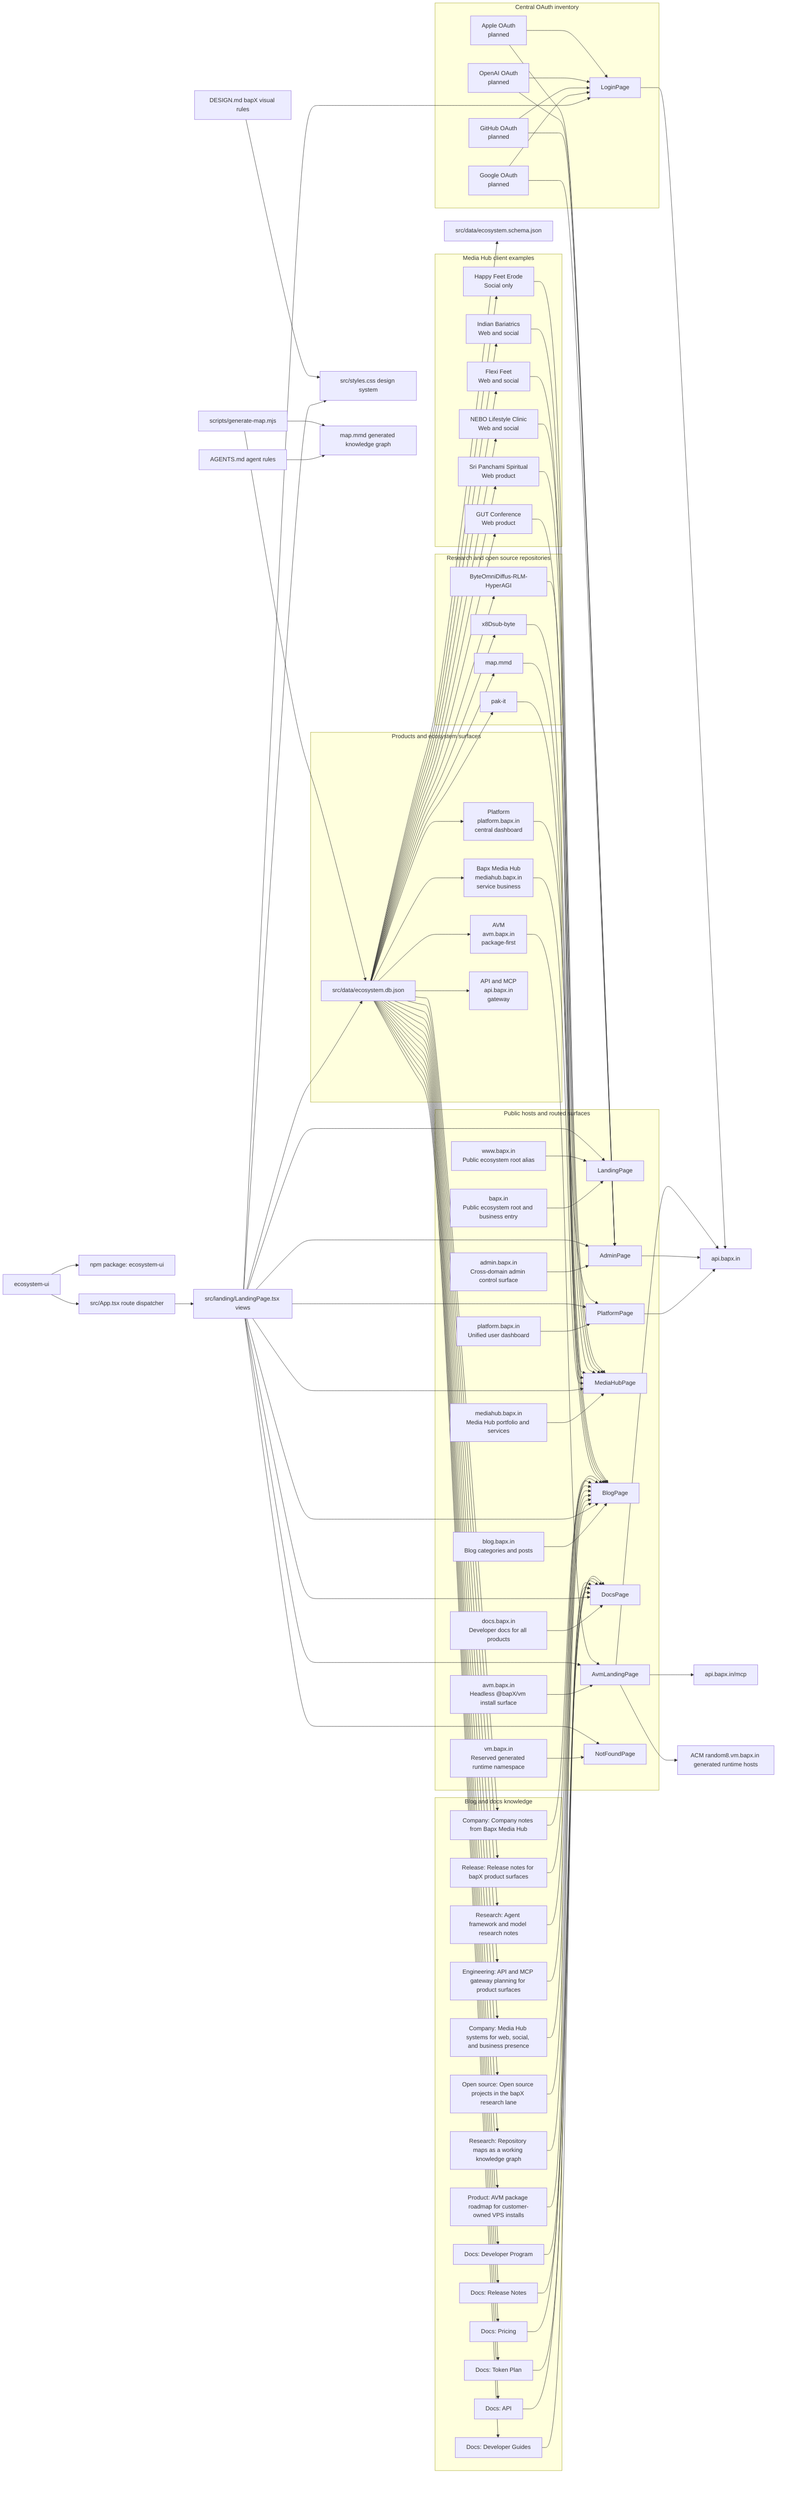
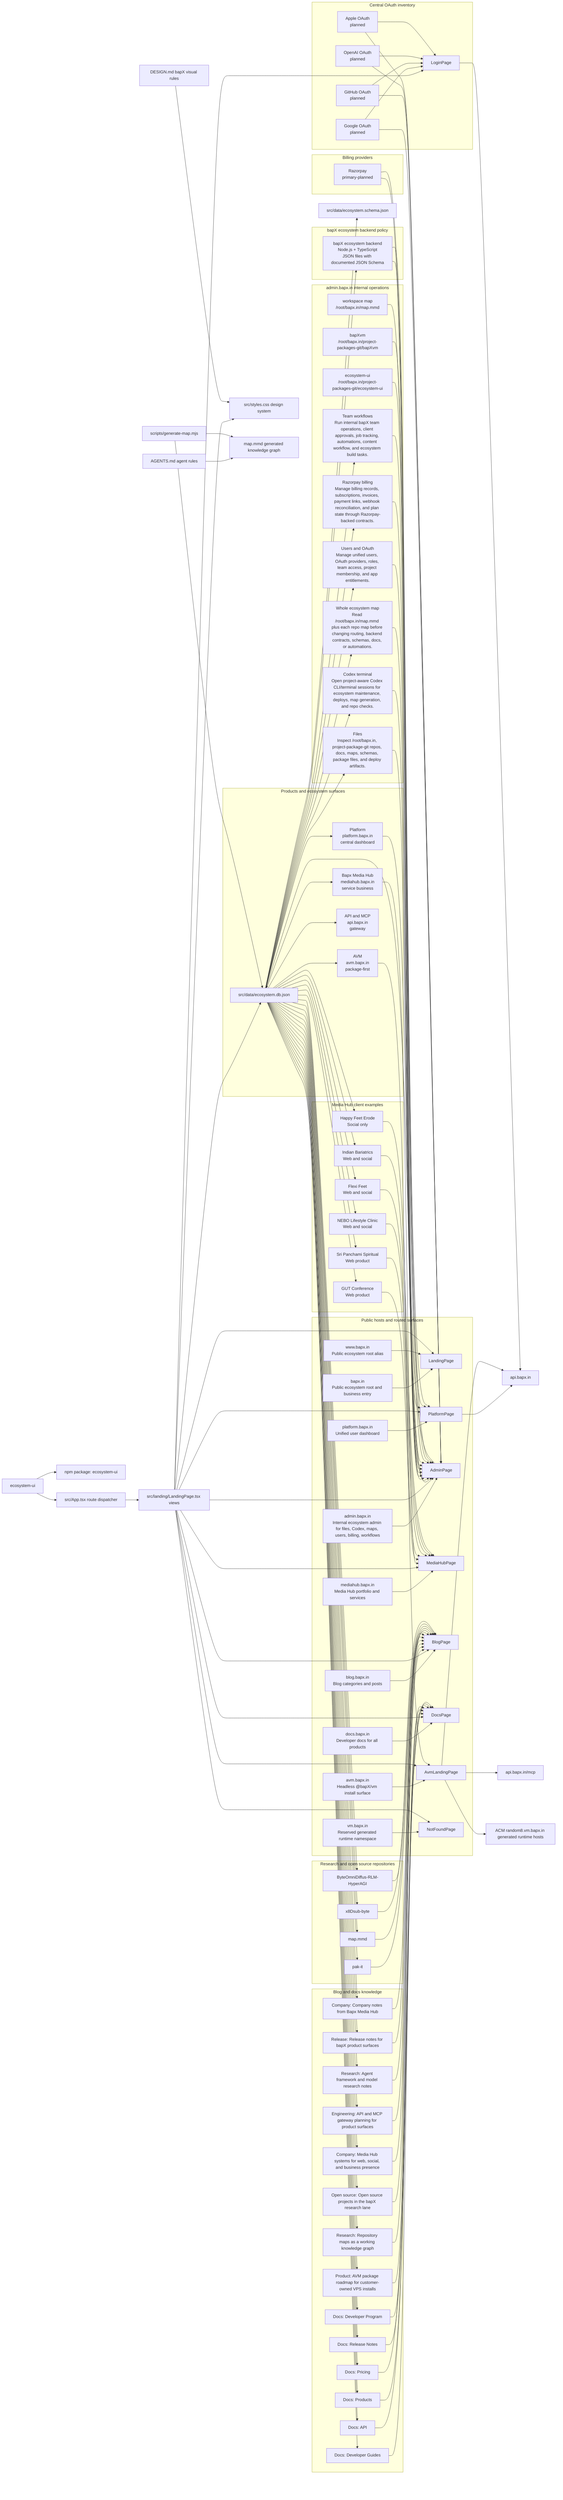
flowchart LR
  Repo["ecosystem-ui"]
  Package["npm package: ecosystem-ui"]
  App["src/App.tsx route dispatcher"]
  Landing["src/landing/LandingPage.tsx views"]
  Styles["src/styles.css design system"]
  Design["DESIGN.md bapX visual rules"]
  Agents["AGENTS.md agent rules"]
  Data["src/data/ecosystem.db.json"]
  Schema["src/data/ecosystem.schema.json"]
  MapGen["scripts/generate-map.mjs"]
  Map["map.mmd generated knowledge graph"]
  Repo --> Package
  Repo --> App
  App --> Landing
  Landing --> Styles
  Landing --> Data
  Data --> Schema
  Design --> Styles
  Agents --> Map
  MapGen --> Map
  MapGen --> Data

  subgraph Hosts["Public hosts and routed surfaces"]
    Host_bapx_in["bapx.in<br/>Public ecosystem root and business entry"]
    Host_bapx_in --> LandingPage
    Host_www_bapx_in["www.bapx.in<br/>Public ecosystem root alias"]
    Host_www_bapx_in --> LandingPage
    Host_platform_bapx_in["platform.bapx.in<br/>Unified user dashboard"]
    Host_platform_bapx_in --> PlatformPage
-     Host_admin_bapx_in["admin.bapx.in<br/>Cross-domain admin control surface"]
+     Host_admin_bapx_in["admin.bapx.in<br/>Internal ecosystem admin for files, Codex, maps, users, billing, workflows"]
    Host_admin_bapx_in --> AdminPage
    Host_mediahub_bapx_in["mediahub.bapx.in<br/>Media Hub portfolio and services"]
    Host_mediahub_bapx_in --> MediaHubPage
    Host_blog_bapx_in["blog.bapx.in<br/>Blog categories and posts"]
    Host_blog_bapx_in --> BlogPage
    Host_docs_bapx_in["docs.bapx.in<br/>Developer docs for all products"]
    Host_docs_bapx_in --> DocsPage
    Host_avm_bapx_in["avm.bapx.in<br/>Headless @bapX/vm install surface"]
    Host_avm_bapx_in --> AvmLandingPage
    Host_vm_bapx_in["vm.bapx.in<br/>Reserved generated runtime namespace"]
    Host_vm_bapx_in --> NotFoundPage
  end

  Landing --> LandingPage["LandingPage"]
  Landing --> PlatformPage["PlatformPage"]
  Landing --> AdminPage["AdminPage"]
  Landing --> LoginPage["LoginPage"]
  Landing --> MediaHubPage["MediaHubPage"]
  Landing --> BlogPage["BlogPage"]
  Landing --> DocsPage["DocsPage"]
  Landing --> AvmLandingPage["AvmLandingPage"]
  Landing --> NotFoundPage["NotFoundPage"]

  subgraph Products["Products and ecosystem surfaces"]
    Product_platform["Platform<br/>platform.bapx.in<br/>central dashboard"]
    Data --> Product_platform
    Product_platform --> PlatformPage
    Product_avm["AVM<br/>avm.bapx.in<br/>package-first"]
    Data --> Product_avm
    Product_avm --> AvmLandingPage
    Product_mediahub["Bapx Media Hub<br/>mediahub.bapx.in<br/>service business"]
    Data --> Product_mediahub
    Product_mediahub --> MediaHubPage
    Product_api["API and MCP<br/>api.bapx.in<br/>gateway"]
    Data --> Product_api
+   end
+ 
+   subgraph AdminOps["admin.bapx.in internal operations"]
+     AdminPanel_files["Files<br/>Inspect /root/bapx.in, project-package-git repos, docs, maps, schemas, package files, and deploy artifacts."]
+     Data --> AdminPanel_files
+     AdminPanel_files --> AdminPage
+     AdminPanel_codex_terminal["Codex terminal<br/>Open project-aware Codex CLI/terminal sessions for ecosystem maintenance, deploys, map generation, and repo checks."]
+     Data --> AdminPanel_codex_terminal
+     AdminPanel_codex_terminal --> AdminPage
+     AdminPanel_whole_ecosystem_map["Whole ecosystem map<br/>Read /root/bapx.in/map.mmd plus each repo map before changing routing, backend contracts, schemas, docs, or automations."]
+     Data --> AdminPanel_whole_ecosystem_map
+     AdminPanel_whole_ecosystem_map --> AdminPage
+     AdminPanel_users_and_oauth["Users and OAuth<br/>Manage unified users, OAuth providers, roles, team access, project membership, and app entitlements."]
+     Data --> AdminPanel_users_and_oauth
+     AdminPanel_users_and_oauth --> AdminPage
+     AdminPanel_razorpay_billing["Razorpay billing<br/>Manage billing records, subscriptions, invoices, payment links, webhook reconciliation, and plan state through Razorpay-backed contracts."]
+     Data --> AdminPanel_razorpay_billing
+     AdminPanel_razorpay_billing --> AdminPage
+     AdminPanel_team_workflows["Team workflows<br/>Run internal bapX team operations, client approvals, job tracking, automations, content workflow, and ecosystem build tasks."]
+     Data --> AdminPanel_team_workflows
+     AdminPanel_team_workflows --> AdminPage
+     WorkspaceProject_ecosystem_ui["ecosystem-ui<br/>/root/bapx.in/project-packages-git/ecosystem-ui"]
+     WorkspaceProject_ecosystem_ui --> AdminPage
+     WorkspaceProject_bapxvm["bapXvm<br/>/root/bapx.in/project-packages-git/bapXvm"]
+     WorkspaceProject_bapxvm --> AdminPage
+     WorkspaceProject_workspace_map["workspace map<br/>/root/bapx.in/map.mmd"]
+     WorkspaceProject_workspace_map --> AdminPage
+   end
+ 
+   subgraph BackendPolicy["bapX ecosystem backend policy"]
+     EcosystemBackend["bapX ecosystem backend<br/>Node.js + TypeScript<br/>JSON files with documented JSON Schema"]
+     EcosystemBackend --> AdminPage
+     EcosystemBackend --> PlatformPage
+     Data --> EcosystemBackend
+   end
+ 
+   subgraph Billing["Billing providers"]
+     Billing_razorpay["Razorpay<br/>primary-planned"]
+     Billing_razorpay --> AdminPage
+     Billing_razorpay --> PlatformPage
  end

  subgraph Auth["Central OAuth inventory"]
    OAuth_google["Google OAuth<br/>planned"]
    OAuth_google --> AdminPage
    OAuth_google --> LoginPage
    OAuth_github["GitHub OAuth<br/>planned"]
    OAuth_github --> AdminPage
    OAuth_github --> LoginPage
    OAuth_openai["OpenAI OAuth<br/>planned"]
    OAuth_openai --> AdminPage
    OAuth_openai --> LoginPage
    OAuth_apple["Apple OAuth<br/>planned"]
    OAuth_apple --> AdminPage
    OAuth_apple --> LoginPage
  end

  subgraph BlogDocs["Blog and docs knowledge"]
    Blog_avm_package_roadmap_for_customer_owned_vps_installs["Product: AVM package roadmap for customer-owned VPS installs"]
    Data --> Blog_avm_package_roadmap_for_customer_owned_vps_installs
    Blog_avm_package_roadmap_for_customer_owned_vps_installs --> BlogPage
    Blog_repository_maps_as_a_working_knowledge_graph["Research: Repository maps as a working knowledge graph"]
    Data --> Blog_repository_maps_as_a_working_knowledge_graph
    Blog_repository_maps_as_a_working_knowledge_graph --> BlogPage
    Blog_open_source_projects_in_the_bapx_research_lane["Open source: Open source projects in the bapX research lane"]
    Data --> Blog_open_source_projects_in_the_bapx_research_lane
    Blog_open_source_projects_in_the_bapx_research_lane --> BlogPage
    Blog_media_hub_systems_for_web_social_and_business_presence["Company: Media Hub systems for web, social, and business presence"]
    Data --> Blog_media_hub_systems_for_web_social_and_business_presence
    Blog_media_hub_systems_for_web_social_and_business_presence --> BlogPage
    Blog_api_and_mcp_gateway_planning_for_product_surfaces["Engineering: API and MCP gateway planning for product surfaces"]
    Data --> Blog_api_and_mcp_gateway_planning_for_product_surfaces
    Blog_api_and_mcp_gateway_planning_for_product_surfaces --> BlogPage
    Blog_agent_framework_and_model_research_notes["Research: Agent framework and model research notes"]
    Data --> Blog_agent_framework_and_model_research_notes
    Blog_agent_framework_and_model_research_notes --> BlogPage
    Blog_release_notes_for_bapx_product_surfaces["Release: Release notes for bapX product surfaces"]
    Data --> Blog_release_notes_for_bapx_product_surfaces
    Blog_release_notes_for_bapx_product_surfaces --> BlogPage
    Blog_company_notes_from_bapx_media_hub["Company: Company notes from Bapx Media Hub"]
    Data --> Blog_company_notes_from_bapx_media_hub
    Blog_company_notes_from_bapx_media_hub --> BlogPage
    Docs_developer_guides["Docs: Developer Guides"]
    Data --> Docs_developer_guides
    Docs_developer_guides --> DocsPage
    Docs_api["Docs: API"]
    Data --> Docs_api
    Docs_api --> DocsPage
-     Docs_token_plan["Docs: Token Plan"]
-     Data --> Docs_token_plan
-     Docs_token_plan --> DocsPage
+     Docs_products["Docs: Products"]
+     Data --> Docs_products
+     Docs_products --> DocsPage
    Docs_pricing["Docs: Pricing"]
    Data --> Docs_pricing
    Docs_pricing --> DocsPage
    Docs_release_notes["Docs: Release Notes"]
    Data --> Docs_release_notes
    Docs_release_notes --> DocsPage
    Docs_developer_program["Docs: Developer Program"]
    Data --> Docs_developer_program
    Docs_developer_program --> DocsPage
  end

  subgraph MediaHub["Media Hub client examples"]
    Client_gut_conference["GUT Conference<br/>Web product"]
    Data --> Client_gut_conference
    Client_gut_conference --> MediaHubPage
    Client_sri_panchami_spiritual["Sri Panchami Spiritual<br/>Web product"]
    Data --> Client_sri_panchami_spiritual
    Client_sri_panchami_spiritual --> MediaHubPage
    Client_nebo_lifestyle_clinic["NEBO Lifestyle Clinic<br/>Web and social"]
    Data --> Client_nebo_lifestyle_clinic
    Client_nebo_lifestyle_clinic --> MediaHubPage
    Client_flexi_feet["Flexi Feet<br/>Web and social"]
    Data --> Client_flexi_feet
    Client_flexi_feet --> MediaHubPage
    Client_indian_bariatrics["Indian Bariatrics<br/>Web and social"]
    Data --> Client_indian_bariatrics
    Client_indian_bariatrics --> MediaHubPage
    Client_happy_feet_erode["Happy Feet Erode<br/>Social only"]
    Data --> Client_happy_feet_erode
    Client_happy_feet_erode --> MediaHubPage
  end

  subgraph OpenSource["Research and open source repositories"]
    Repo_pak_it["pak-it"]
    Data --> Repo_pak_it
    Repo_pak_it --> BlogPage
    Repo_map_mmd["map.mmd"]
    Data --> Repo_map_mmd
    Repo_map_mmd --> BlogPage
    Repo_x8dsub_byte["x8Dsub-byte"]
    Data --> Repo_x8dsub_byte
    Repo_x8dsub_byte --> BlogPage
    Repo_byteomnidiffus_rlm_hyperagi["ByteOmniDiffus-RLM-HyperAGI"]
    Data --> Repo_byteomnidiffus_rlm_hyperagi
    Repo_byteomnidiffus_rlm_hyperagi --> BlogPage
  end


  ApiGateway["api.bapx.in"]
  McpGateway["api.bapx.in/mcp"]
  AvmRuntime["ACM random8.vm.bapx.in generated runtime hosts"]
  PlatformPage --> ApiGateway
-   AdminPage --> ApiGateway
+   AdminPage --> Data
  AvmLandingPage --> ApiGateway
  AvmLandingPage --> McpGateway
  AvmLandingPage --> AvmRuntime
  LoginPage --> ApiGateway

